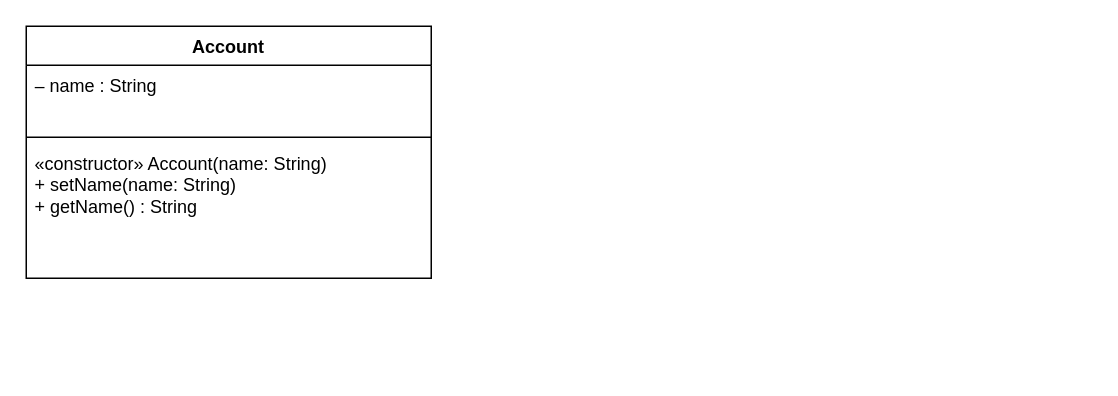
Earlier version of the draw.io diagram examples/Diagrama sem nome.drawio (auriceliodls/JavaSE8forProgrammers). Source tidied: cells renumbered, new cells numbered last; positions are measured from the earlier drawing's top-left corner, leaving out a move shared by most shapes. Both pictures are drawn from the tidied source at 150%, with x=0, y=0 at pixel (26, 26).
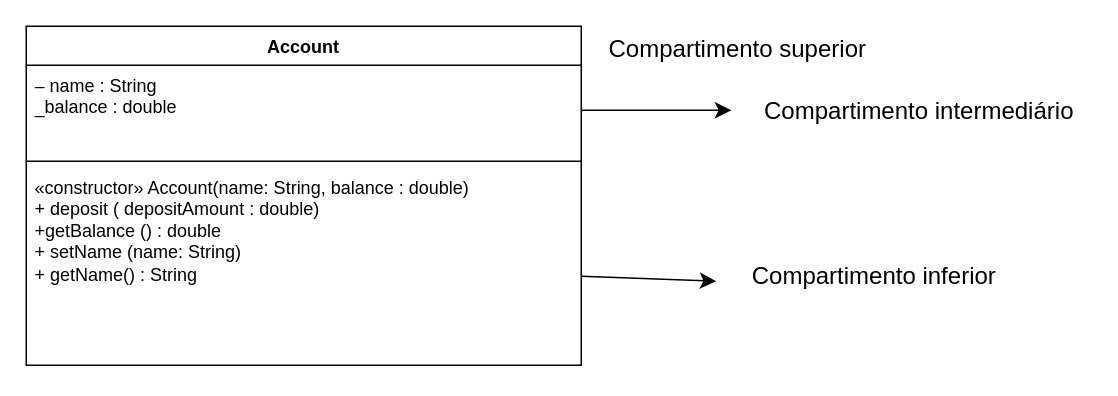
Above is the later version.

What changed in the source:
```diff
@@
 <mxGraphModel>
   <root>
     <mxCell id="0" />
     <mxCell id="1" parent="0" />
     <mxCell id="2" value="&lt;div&gt;Account&lt;/div&gt;&lt;div&gt;&lt;br&gt;&lt;/div&gt;" style="swimlane;fontStyle=1;align=center;verticalAlign=top;horizontal=1;startSize=26;whiteSpace=wrap;html=1;" parent="1" vertex="1">
-      <mxGeometry width="270" height="168" as="geometry" />
+      <mxGeometry width="370" height="226" as="geometry" />
     </mxCell>
+    <mxCell id="6" style="edgeStyle=none;curved=1;rounded=0;jettySize=auto;html=1;fontSize=12;startSize=8;endSize=8;" parent="2" edge="1" source="3">
+      <mxGeometry relative="1" as="geometry">
+        <mxPoint x="470" y="56" as="targetPoint" />
+      </mxGeometry>
+    </mxCell>
-    <mxCell id="3" value="– name : String" style="text;strokeColor=none;fillColor=none;align=left;verticalAlign=top;spacingLeft=4;spacingRight=4;overflow=hidden;points=[[0,0.5],[1,0.5]];portConstraint=eastwest;whiteSpace=wrap;html=1;" parent="2" vertex="1">
-      <mxGeometry y="26" width="270" height="44" as="geometry" />
+    <mxCell id="3" value="– name : String&lt;div&gt;_balance : double&lt;/div&gt;" style="text;strokeColor=none;fillColor=none;align=left;verticalAlign=top;spacingLeft=4;spacingRight=4;overflow=hidden;points=[[0,0.5],[1,0.5]];portConstraint=eastwest;whiteSpace=wrap;html=1;" parent="2" vertex="1">
+      <mxGeometry y="26" width="370" height="60" as="geometry" />
     </mxCell>
     <mxCell id="4" style="line;strokeWidth=1;fillColor=none;align=left;verticalAlign=middle;spacingTop=-1;spacingLeft=3;spacingRight=3;labelPosition=right;strokeColor=inherit;" parent="2" vertex="1">
-      <mxGeometry y="70" width="270" height="8" as="geometry" />
+      <mxGeometry y="86" width="370" height="8" as="geometry" />
     </mxCell>
+    <mxCell id="7" style="edgeStyle=none;curved=1;rounded=0;jettySize=auto;html=1;fontSize=12;startSize=8;endSize=8;" parent="2" edge="1" source="5">
+      <mxGeometry relative="1" as="geometry">
+        <mxPoint x="460" y="170" as="targetPoint" />
+      </mxGeometry>
+    </mxCell>
-    <mxCell id="5" value="&lt;div&gt;«constructor» Account(name: String)&lt;/div&gt;&lt;div&gt;+ setName(name: String)&lt;/div&gt;&lt;div&gt;+ getName() : String&lt;/div&gt;" style="text;strokeColor=none;fillColor=none;align=left;verticalAlign=top;spacingLeft=4;spacingRight=4;overflow=hidden;points=[[0,0.5],[1,0.5]];portConstraint=eastwest;whiteSpace=wrap;html=1;" parent="2" vertex="1">
-      <mxGeometry y="78" width="270" height="90" as="geometry" />
+    <mxCell id="5" value="&lt;div&gt;«constructor» Account(name: String, balance : double)&lt;/div&gt;&lt;div&gt;+ deposit ( depositAmount : double)&lt;/div&gt;&lt;div&gt;+getBalance () : double&lt;/div&gt;&lt;div&gt;+ setName (name: String)&lt;/div&gt;&lt;div&gt;+ getName() : String&lt;/div&gt;" style="text;strokeColor=none;fillColor=none;align=left;verticalAlign=top;spacingLeft=4;spacingRight=4;overflow=hidden;points=[[0,0.5],[1,0.5]];portConstraint=eastwest;whiteSpace=wrap;html=1;" parent="2" vertex="1">
+      <mxGeometry y="94" width="370" height="132" as="geometry" />
     </mxCell>
+    <mxCell id="8" value="Compartimento inferior" style="text;html=1;align=center;verticalAlign=middle;strokeColor=none;fillColor=none;fontSize=16;" parent="1" vertex="1">
+      <mxGeometry x="470" y="151" width="190" height="30" as="geometry" />
+    </mxCell>
+    <mxCell id="9" value="Compartimento intermediário" style="text;html=1;align=center;verticalAlign=middle;strokeColor=none;fillColor=none;fontSize=16;" parent="1" vertex="1">
+      <mxGeometry x="480" y="41" width="230" height="30" as="geometry" />
+    </mxCell>
+    <mxCell id="10" value="Compartimento superior" style="text;html=1;align=center;verticalAlign=middle;strokeColor=none;fillColor=none;fontSize=16;" parent="1" vertex="1">
+      <mxGeometry x="374" width="200" height="30" as="geometry" />
+    </mxCell>
   </root>
 </mxGraphModel>
```
